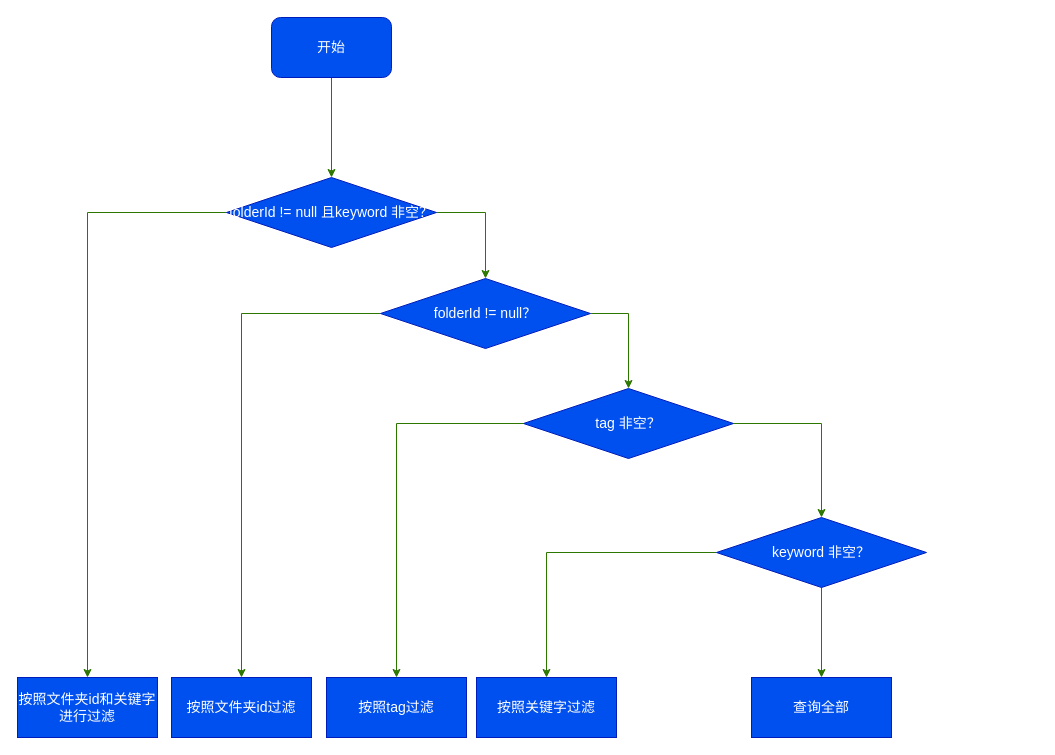
Above: 文件展示程序流程图.drawio in SeekLife0/diagrams (draw.io), before the change. Source tidied: cells renumbered, new cells numbered last; positions are measured from the earlier drawing's top-left corner, leaving out a move shared by most shapes. Both pictures are drawn from the tidied source at 100%, with x=0, y=0 at pixel (17, 17).
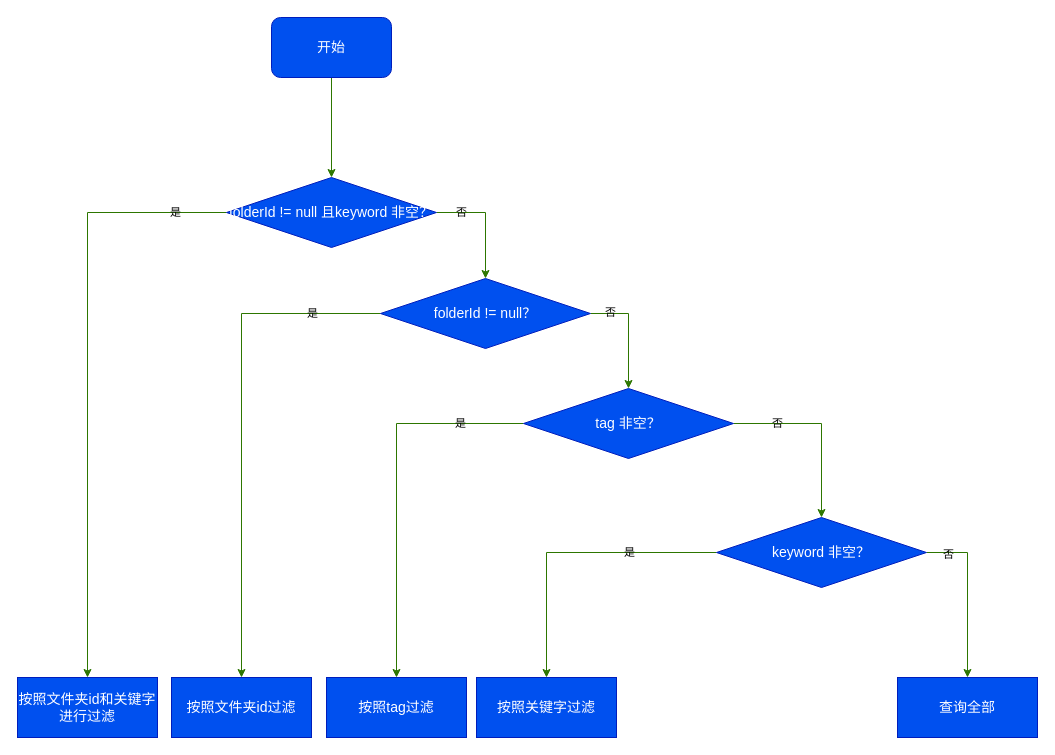
After the change.

Commit message (it also covers changes not shown here):
更新文件展示程序流程图.drawio

Unchanged cells that the change refers to:
```xml
<mxCell id="6" value="folderId != null 且keyword 非空？" style="rhombus;whiteSpace=wrap;html=1;shapeInside=1;fillColor=#0050ef;fontColor=#ffffff;strokeColor=#001DBC;fontSize=14;" parent="1" vertex="1">
  <mxGeometry x="209" y="160" width="210" height="70" as="geometry" />
</mxCell>
<mxCell id="9" value="&lt;div&gt;folderId != null？&lt;/div&gt;" style="rhombus;whiteSpace=wrap;html=1;shapeInside=1;fillColor=#0050ef;fontColor=#ffffff;strokeColor=#001DBC;fontSize=14;" parent="1" vertex="1">
  <mxGeometry x="363" y="261" width="210" height="70" as="geometry" />
</mxCell>
<mxCell id="10" value="按照文件夹id和关键字进行过滤" style="rounded=0;whiteSpace=wrap;html=1;fillColor=#0050ef;fontColor=#ffffff;strokeColor=#001DBC;fontSize=14;" parent="1" vertex="1">
  <mxGeometry y="660" width="140" height="60" as="geometry" />
</mxCell>
<mxCell id="11" value="按照文件夹id过滤" style="rounded=0;whiteSpace=wrap;html=1;fillColor=#0050ef;fontColor=#ffffff;strokeColor=#001DBC;fontSize=14;" parent="1" vertex="1">
  <mxGeometry x="154" y="660" width="140" height="60" as="geometry" />
</mxCell>
<mxCell id="14" value="tag 非空？" style="rhombus;whiteSpace=wrap;html=1;shapeInside=1;fillColor=#0050ef;fontColor=#ffffff;strokeColor=#001DBC;fontSize=14;" parent="1" vertex="1">
  <mxGeometry x="506" y="371" width="210" height="70" as="geometry" />
</mxCell>
<mxCell id="15" value="按照tag过滤" style="rounded=0;whiteSpace=wrap;html=1;fillColor=#0050ef;fontColor=#ffffff;strokeColor=#001DBC;fontSize=14;" parent="1" vertex="1">
  <mxGeometry x="309" y="660" width="140" height="60" as="geometry" />
</mxCell>
<mxCell id="18" value="keyword 非空？" style="rhombus;whiteSpace=wrap;html=1;shapeInside=1;fillColor=#0050ef;fontColor=#ffffff;strokeColor=#001DBC;fontSize=14;" parent="1" vertex="1">
  <mxGeometry x="699" y="500" width="210" height="70" as="geometry" />
</mxCell>
<mxCell id="19" value="按照关键字过滤" style="rounded=0;whiteSpace=wrap;html=1;fillColor=#0050ef;fontColor=#ffffff;strokeColor=#001DBC;fontSize=14;" parent="1" vertex="1">
  <mxGeometry x="459" y="660" width="140" height="60" as="geometry" />
</mxCell>
```

Diff of the diagram source:
```diff
@@
-    <mxCell id="4" style="edgeStyle=orthogonalEdgeStyle;rounded=0;jettySize=auto;html=1;exitX=0;exitY=0.5;exitDx=0;exitDy=0;entryX=0.5;entryY=0;entryDx=0;entryDy=0;fillColor=#60a917;strokeColor=#2D7600;" parent="1" edge="1" source="6" target="10">
-      <mxGeometry relative="1" as="geometry" />
+    <mxCell id="4" value="是" style="edgeStyle=orthogonalEdgeStyle;rounded=0;jettySize=auto;html=1;exitX=0;exitY=0.5;exitDx=0;exitDy=0;entryX=0.5;entryY=0;entryDx=0;entryDy=0;fillColor=#60a917;strokeColor=#2D7600;labelBackgroundColor=none;fontColor=light-dark(#000000,#000000);" parent="1" edge="1" source="6" target="10">
+      <mxGeometry x="-0.83" relative="1" as="geometry" />
     </mxCell>
-    <mxCell id="5" style="edgeStyle=orthogonalEdgeStyle;rounded=0;jettySize=auto;html=1;exitX=1;exitY=0.5;exitDx=0;exitDy=0;entryX=0.5;entryY=0;entryDx=0;entryDy=0;fillColor=#60a917;strokeColor=#2D7600;" parent="1" edge="1" source="6" target="9">
-      <mxGeometry relative="1" as="geometry" />
+    <mxCell id="5" value="否" style="edgeStyle=orthogonalEdgeStyle;rounded=0;jettySize=auto;html=1;exitX=1;exitY=0.5;exitDx=0;exitDy=0;entryX=0.5;entryY=0;entryDx=0;entryDy=0;fillColor=#60a917;strokeColor=#2D7600;labelBackgroundColor=none;fontColor=light-dark(#000000,#000000);" parent="1" edge="1" source="6" target="9">
+      <mxGeometry x="-0.56" relative="1" as="geometry" />
     </mxCell>
@@
-    <mxCell id="7" style="edgeStyle=orthogonalEdgeStyle;rounded=0;jettySize=auto;html=1;exitX=0;exitY=0.5;exitDx=0;exitDy=0;fillColor=#60a917;strokeColor=#2D7600;" parent="1" edge="1" source="9" target="11">
-      <mxGeometry relative="1" as="geometry" />
+    <mxCell id="7" value="是" style="edgeStyle=orthogonalEdgeStyle;rounded=0;jettySize=auto;html=1;exitX=0;exitY=0.5;exitDx=0;exitDy=0;fillColor=#60a917;strokeColor=#2D7600;labelBackgroundColor=none;fontColor=light-dark(#000000,#000000);" parent="1" edge="1" source="9" target="11">
+      <mxGeometry x="-0.73" relative="1" as="geometry" />
     </mxCell>
-    <mxCell id="8" style="edgeStyle=orthogonalEdgeStyle;rounded=0;jettySize=auto;html=1;exitX=1;exitY=0.5;exitDx=0;exitDy=0;entryX=0.5;entryY=0;entryDx=0;entryDy=0;fillColor=#60a917;strokeColor=#2D7600;" parent="1" edge="1" source="9" target="14">
-      <mxGeometry relative="1" as="geometry" />
+    <mxCell id="8" value="否" style="edgeStyle=orthogonalEdgeStyle;rounded=0;jettySize=auto;html=1;exitX=1;exitY=0.5;exitDx=0;exitDy=0;entryX=0.5;entryY=0;entryDx=0;entryDy=0;fillColor=#60a917;strokeColor=#2D7600;labelBackgroundColor=none;fontColor=light-dark(#000000,#000000);" parent="1" edge="1" source="9" target="14">
+      <mxGeometry x="-0.64" y="1" relative="1" as="geometry" />
     </mxCell>
@@
-    <mxCell id="12" style="edgeStyle=orthogonalEdgeStyle;rounded=0;jettySize=auto;html=1;exitX=0;exitY=0.5;exitDx=0;exitDy=0;entryX=0.5;entryY=0;entryDx=0;entryDy=0;fillColor=#60a917;strokeColor=#2D7600;" parent="1" edge="1" source="14" target="15">
-      <mxGeometry relative="1" as="geometry" />
+    <mxCell id="12" value="是" style="edgeStyle=orthogonalEdgeStyle;rounded=0;jettySize=auto;html=1;exitX=0;exitY=0.5;exitDx=0;exitDy=0;entryX=0.5;entryY=0;entryDx=0;entryDy=0;fillColor=#60a917;strokeColor=#2D7600;labelBackgroundColor=none;fontColor=light-dark(#000000,#000000);" parent="1" edge="1" source="14" target="15">
+      <mxGeometry x="-0.67" relative="1" as="geometry" />
     </mxCell>
-    <mxCell id="13" style="edgeStyle=orthogonalEdgeStyle;rounded=0;jettySize=auto;html=1;exitX=1;exitY=0.5;exitDx=0;exitDy=0;entryX=0.5;entryY=0;entryDx=0;entryDy=0;fillColor=#60a917;strokeColor=#2D7600;" parent="1" edge="1" source="14" target="18">
-      <mxGeometry relative="1" as="geometry" />
+    <mxCell id="13" value="否" style="edgeStyle=orthogonalEdgeStyle;rounded=0;jettySize=auto;html=1;exitX=1;exitY=0.5;exitDx=0;exitDy=0;entryX=0.5;entryY=0;entryDx=0;entryDy=0;fillColor=#60a917;strokeColor=#2D7600;labelBackgroundColor=none;fontColor=light-dark(#000000,#000000);" parent="1" edge="1" source="14" target="18">
+      <mxGeometry x="-0.52" relative="1" as="geometry" />
     </mxCell>
@@
-    <mxCell id="16" style="edgeStyle=orthogonalEdgeStyle;rounded=0;jettySize=auto;html=1;exitX=0;exitY=0.5;exitDx=0;exitDy=0;entryX=0.5;entryY=0;entryDx=0;entryDy=0;fillColor=#60a917;strokeColor=#2D7600;" parent="1" edge="1" source="18" target="19">
-      <mxGeometry relative="1" as="geometry" />
+    <mxCell id="16" value="是" style="edgeStyle=orthogonalEdgeStyle;rounded=0;jettySize=auto;html=1;exitX=0;exitY=0.5;exitDx=0;exitDy=0;entryX=0.5;entryY=0;entryDx=0;entryDy=0;fillColor=#60a917;strokeColor=#2D7600;labelBackgroundColor=none;fontColor=light-dark(#000000,#000000);" parent="1" edge="1" source="18" target="19">
+      <mxGeometry x="-0.41" relative="1" as="geometry" />
     </mxCell>
-    <mxCell id="17" style="edgeStyle=orthogonalEdgeStyle;rounded=0;jettySize=auto;html=1;exitX=0.5;exitY=1;exitDx=0;exitDy=0;entryX=0.5;entryY=0;entryDx=0;entryDy=0;fillColor=#60a917;strokeColor=#2D7600;" parent="1" edge="1" source="18" target="20">
-      <mxGeometry relative="1" as="geometry" />
+    <mxCell id="17" value="否" style="edgeStyle=orthogonalEdgeStyle;rounded=0;jettySize=auto;html=1;exitX=1;exitY=0.5;exitDx=0;exitDy=0;entryX=0.5;entryY=0;entryDx=0;entryDy=0;fontColor=light-dark(#000000,#000000);fillColor=#60a917;strokeColor=#2D7600;labelBackgroundColor=none;" parent="1" edge="1" source="18" target="20">
+      <mxGeometry x="-0.73" y="-2" relative="1" as="geometry">
+        <Array as="points">
+          <mxPoint x="950.5" y="535" />
+          <mxPoint x="950.5" y="660" />
+        </Array>
+      </mxGeometry>
     </mxCell>
@@
     <mxCell id="20" value="查询全部" style="rounded=0;whiteSpace=wrap;html=1;fillColor=#0050ef;fontColor=#ffffff;strokeColor=#001DBC;fontSize=14;" parent="1" vertex="1">
-      <mxGeometry x="734" y="660" width="140" height="60" as="geometry" />
+      <mxGeometry x="880" y="660" width="140" height="60" as="geometry" />
     </mxCell>
```
